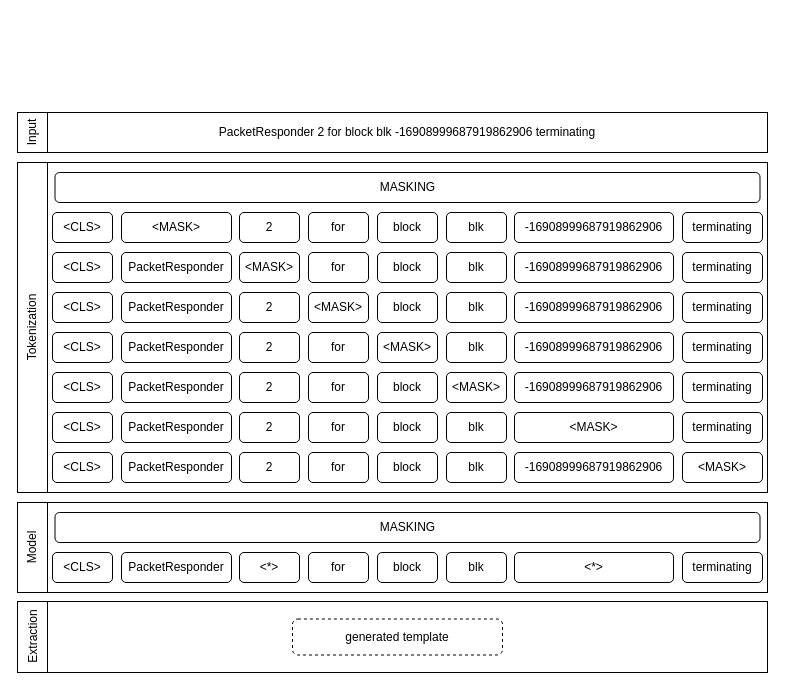
Earlier version of the draw.io diagram nulog.drawio (Gleiphir2769/my-draw). Source tidied: cells renumbered, new cells numbered last; positions are measured from the earlier drawing's top-left corner, leaving out a move shared by most shapes. Both pictures are drawn from the tidied source at 100%, with x=0, y=0 at pixel (17, 112).
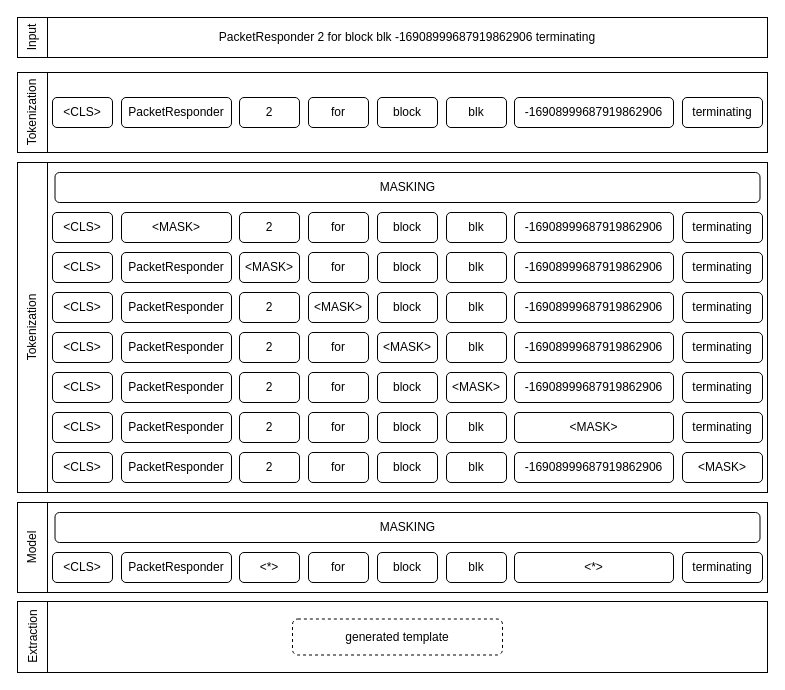
The same diagram, later.

The change refers to these unchanged cells:
```xml
<mxCell id="2" style="group;" parent="1" vertex="1">
  <mxGeometry width="750" height="560" as="geometry" />
</mxCell>
```

What changed in the source:
```diff
@@
-    <mxCell id="3" value="Input" style="rounded=0;whiteSpace=wrap;html=1;horizontal=0;" parent="2" vertex="1">
-      <mxGeometry width="30" height="40" as="geometry" />
-    </mxCell>
-    <mxCell id="4" value="PacketResponder 2 for block blk -16908999687919862906 terminating" style="rounded=0;whiteSpace=wrap;html=1;" parent="2" vertex="1">
-      <mxGeometry x="30" width="720" height="40" as="geometry" />
-    </mxCell>
@@
+    <mxCell id="78" style="rounded=0;whiteSpace=wrap;html=1;" parent="2" vertex="1">
+      <mxGeometry x="30" y="-40" width="720" height="80" as="geometry" />
+    </mxCell>
+    <mxCell id="79" value="Tokenization" style="rounded=0;whiteSpace=wrap;html=1;horizontal=0;" parent="2" vertex="1">
+      <mxGeometry y="-40" width="30" height="80" as="geometry" />
+    </mxCell>
+    <mxCell id="80" value="&amp;lt;CLS&amp;gt;" style="rounded=1;whiteSpace=wrap;html=1;" parent="2" vertex="1">
+      <mxGeometry x="35" y="-15" width="60" height="30" as="geometry" />
+    </mxCell>
+    <mxCell id="81" value="PacketResponder" style="rounded=1;whiteSpace=wrap;html=1;" parent="2" vertex="1">
+      <mxGeometry x="104" y="-15" width="110" height="30" as="geometry" />
+    </mxCell>
+    <mxCell id="82" value="2" style="rounded=1;whiteSpace=wrap;html=1;" parent="2" vertex="1">
+      <mxGeometry x="222" y="-15" width="60" height="30" as="geometry" />
+    </mxCell>
+    <mxCell id="83" value="for" style="rounded=1;whiteSpace=wrap;html=1;" parent="2" vertex="1">
+      <mxGeometry x="291" y="-15" width="60" height="30" as="geometry" />
+    </mxCell>
+    <mxCell id="84" value="block" style="rounded=1;whiteSpace=wrap;html=1;" parent="2" vertex="1">
+      <mxGeometry x="360" y="-15" width="60" height="30" as="geometry" />
+    </mxCell>
+    <mxCell id="85" value="blk" style="rounded=1;whiteSpace=wrap;html=1;" parent="2" vertex="1">
+      <mxGeometry x="429" y="-15" width="60" height="30" as="geometry" />
+    </mxCell>
+    <mxCell id="86" value="-16908999687919862906" style="rounded=1;whiteSpace=wrap;html=1;" parent="2" vertex="1">
+      <mxGeometry x="497" y="-15" width="159" height="30" as="geometry" />
+    </mxCell>
+    <mxCell id="87" value="terminating" style="rounded=1;whiteSpace=wrap;html=1;" parent="2" vertex="1">
+      <mxGeometry x="665" y="-15" width="80" height="30" as="geometry" />
+    </mxCell>
+    <mxCell id="4" value="PacketResponder 2 for block blk -16908999687919862906 terminating" style="rounded=0;whiteSpace=wrap;html=1;" parent="1" vertex="1">
+      <mxGeometry x="30" y="-95" width="720" height="40" as="geometry" />
+    </mxCell>
+    <mxCell id="3" value="Input" style="rounded=0;whiteSpace=wrap;html=1;horizontal=0;" parent="1" vertex="1">
+      <mxGeometry y="-95" width="30" height="40" as="geometry" />
+    </mxCell>
```
